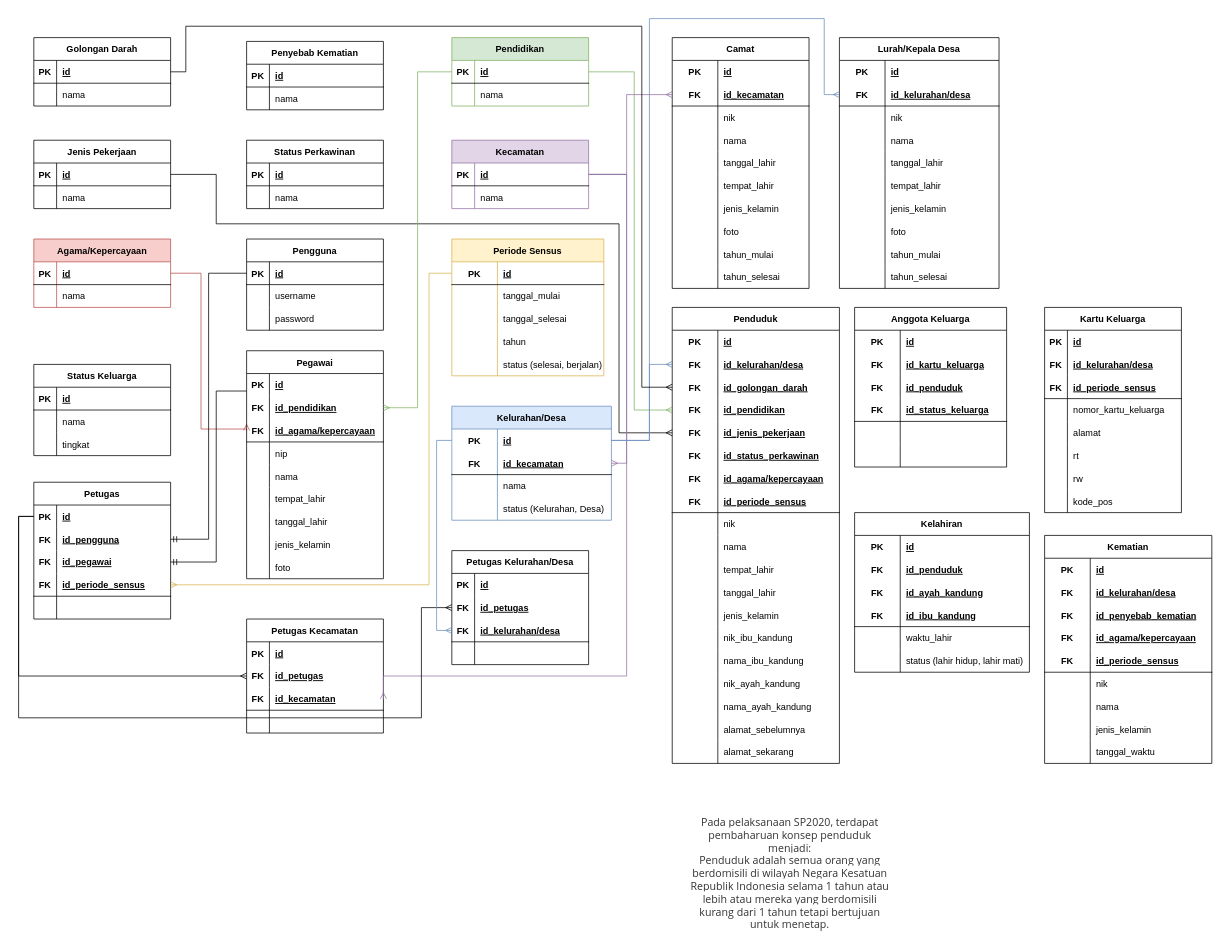
Before: database/Database Schema.drawio in yafizh/SKRIPSI-Sensus-Penduduk-BPS-HSU, a draw.io diagram. Source tidied: cells renumbered, new cells numbered last; positions are measured from the earlier drawing's top-left corner, leaving out a move shared by most shapes. Both pictures are drawn from the tidied source at 76%, with x=0, y=0 at pixel (18, 18).
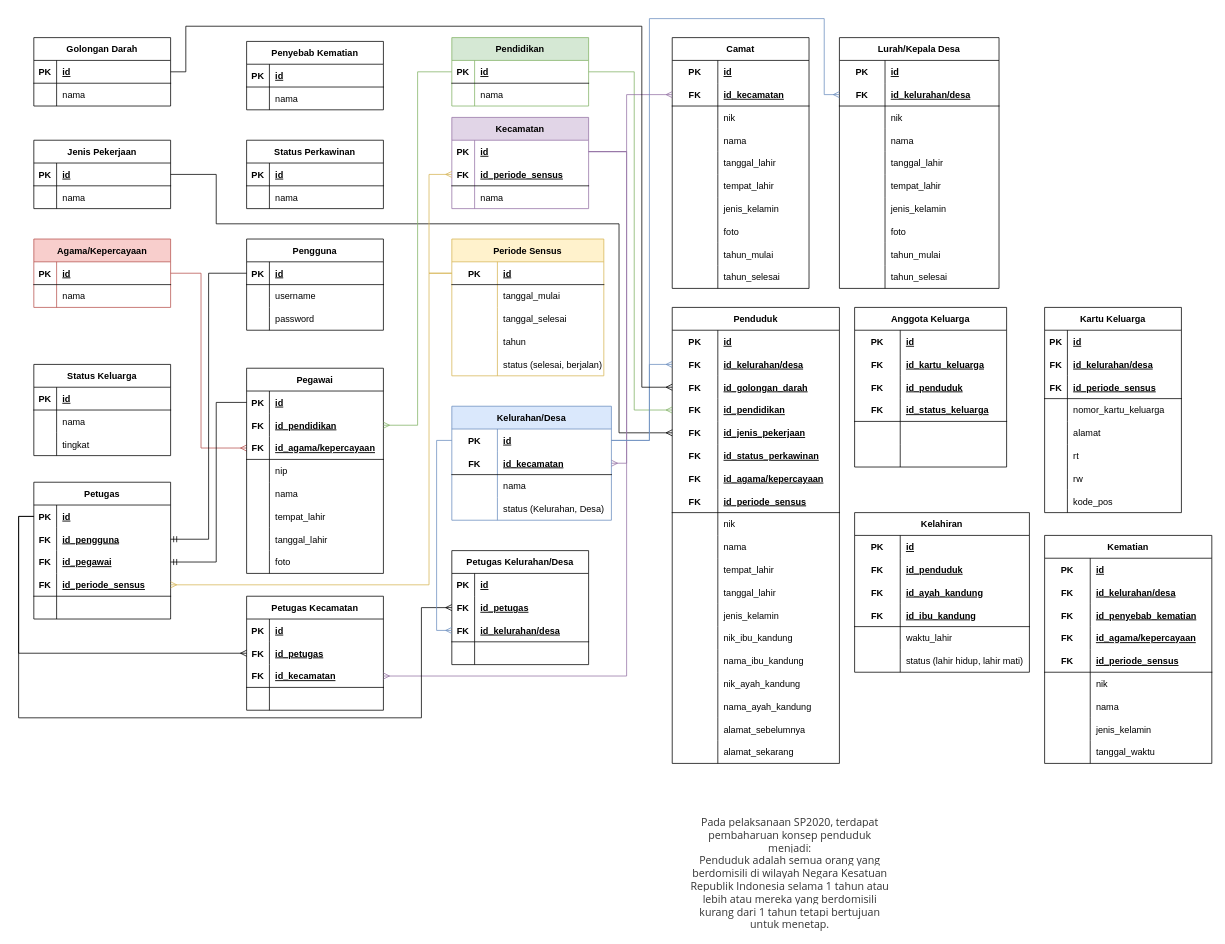
The same diagram, later.

Unchanged cells that the change refers to:
```xml
<mxCell id="6" style="shape=tableRow;horizontal=0;startSize=0;swimlaneHead=0;swimlaneBody=0;fillColor=none;points=[[0,0.5],[1,0.5]];portConstraint=eastwest;top=0;left=0;right=0;bottom=1;" parent="2" vertex="1">
  <mxGeometry y="60" width="180" height="30" as="geometry" />
</mxCell>
<mxCell id="192" value="Agama/Kepercayaan" style="shape=table;startSize=30;childLayout=tableLayout;rowLines=0;fontStyle=1;align=center;fillColor=#f8cecc;strokeColor=#b85450;" parent="1" vertex="1">
  <mxGeometry x="20" y="290" width="180" height="90" as="geometry" />
</mxCell>
<mxCell id="300" style="shape=tableRow;horizontal=0;startSize=0;swimlaneHead=0;swimlaneBody=0;fillColor=none;points=[[0,0.5],[1,0.5]];portConstraint=eastwest;top=0;left=0;right=0;bottom=1;strokeColor=none;" parent="299" vertex="1">
  <mxGeometry y="30" width="180" height="30" as="geometry" />
</mxCell>
<mxCell id="306" style="shape=tableRow;horizontal=0;startSize=0;swimlaneHead=0;swimlaneBody=0;fillColor=none;points=[[0,0.5],[1,0.5]];portConstraint=eastwest;top=0;left=0;right=0;bottom=1;" parent="299" vertex="1">
  <mxGeometry y="90" width="180" height="30" as="geometry" />
</mxCell>
<mxCell id="331" style="shape=tableRow;horizontal=0;startSize=0;swimlaneHead=0;swimlaneBody=0;fillColor=none;points=[[0,0.5],[1,0.5]];portConstraint=eastwest;top=0;left=0;right=0;bottom=1;strokeColor=none;" parent="327" vertex="1">
  <mxGeometry y="60" width="180" height="30" as="geometry" />
</mxCell>
<mxCell id="334" style="shape=tableRow;horizontal=0;startSize=0;swimlaneHead=0;swimlaneBody=0;fillColor=none;points=[[0,0.5],[1,0.5]];portConstraint=eastwest;top=0;left=0;right=0;bottom=1;" parent="327" vertex="1">
  <mxGeometry y="90" width="180" height="30" as="geometry" />
</mxCell>
<mxCell id="354" style="shape=tableRow;horizontal=0;startSize=0;swimlaneHead=0;swimlaneBody=0;fillColor=none;points=[[0,0.5],[1,0.5]];portConstraint=eastwest;top=0;left=0;right=0;bottom=1;" parent="353" vertex="1">
  <mxGeometry y="30" width="200" height="30" as="geometry" />
</mxCell>
<mxCell id="370" style="shape=tableRow;horizontal=0;startSize=0;swimlaneHead=0;swimlaneBody=0;fillColor=none;points=[[0,0.5],[1,0.5]];portConstraint=eastwest;top=0;left=0;right=0;bottom=1;strokeColor=none;" parent="369" vertex="1">
  <mxGeometry y="30" width="180" height="30" as="geometry" />
</mxCell>
<mxCell id="376" style="shape=tableRow;horizontal=0;startSize=0;swimlaneHead=0;swimlaneBody=0;fillColor=none;points=[[0,0.5],[1,0.5]];portConstraint=eastwest;top=0;left=0;right=0;bottom=1;strokeColor=none;" parent="369" vertex="1">
  <mxGeometry y="90" width="180" height="30" as="geometry" />
</mxCell>
```

The edit, as a diff of the source:
```diff
@@
     <mxCell id="191" style="edgeStyle=orthogonalEdgeStyle;rounded=0;jettySize=auto;html=1;entryX=0;entryY=0.5;entryDx=0;entryDy=0;endArrow=ERmany;endFill=0;fillColor=#f8cecc;strokeColor=#b85450;" parent="1" edge="1" source="192" target="306">
       <mxGeometry relative="1" as="geometry">
         <Array as="points">
           <mxPoint x="240" y="335" />
-          <mxPoint x="240" y="540" />
-          <mxPoint x="300" y="540" />
+          <mxPoint x="240" y="565" />
         </Array>
       </mxGeometry>
     </mxCell>
@@
     <mxCell id="225" value="Kecamatan" style="shape=table;startSize=30;childLayout=tableLayout;rowLines=0;fontStyle=1;align=center;fillColor=#e1d5e7;strokeColor=#9673a6;" parent="1" vertex="1">
-      <mxGeometry x="570" y="160" width="180" height="90" as="geometry" />
+      <mxGeometry x="570" y="130" width="180" height="120" as="geometry" />
     </mxCell>
-    <mxCell id="226" style="shape=tableRow;horizontal=0;startSize=0;swimlaneHead=0;swimlaneBody=0;fillColor=none;points=[[0,0.5],[1,0.5]];portConstraint=eastwest;top=0;left=0;right=0;bottom=1;" parent="225" vertex="1">
+    <mxCell id="226" style="shape=tableRow;horizontal=0;startSize=0;swimlaneHead=0;swimlaneBody=0;fillColor=none;points=[[0,0.5],[1,0.5]];portConstraint=eastwest;top=0;left=0;right=0;bottom=1;strokeColor=none;" parent="225" vertex="1">
       <mxGeometry y="30" width="180" height="30" as="geometry" />
     </mxCell>
@@
+    <mxCell id="398" style="shape=tableRow;horizontal=0;startSize=0;swimlaneHead=0;swimlaneBody=0;fillColor=none;points=[[0,0.5],[1,0.5]];portConstraint=eastwest;top=0;left=0;right=0;bottom=1;" parent="225" vertex="1">
+      <mxGeometry y="60" width="180" height="30" as="geometry" />
+    </mxCell>
+    <mxCell id="399" value="FK" style="shape=partialRectangle;fillColor=none;top=0;left=0;bottom=0;right=0;fontStyle=1;overflow=hidden;" parent="398" vertex="1">
+      <mxGeometry width="30" height="30" as="geometry" />
+    </mxCell>
+    <mxCell id="400" value="id_periode_sensus" style="shape=partialRectangle;fillColor=none;top=0;left=0;bottom=0;right=0;align=left;spacingLeft=6;fontStyle=5;overflow=hidden;" parent="398" vertex="1">
+      <mxGeometry x="30" width="150" height="30" as="geometry" />
+    </mxCell>
     <mxCell id="229" style="shape=tableRow;horizontal=0;startSize=0;swimlaneHead=0;swimlaneBody=0;fillColor=none;top=0;left=0;right=0;bottom=0;" parent="225" vertex="1">
-      <mxGeometry y="60" width="180" height="30" as="geometry" />
+      <mxGeometry y="90" width="180" height="30" as="geometry" />
     </mxCell>
@@
     <mxCell id="299" value="Pegawai" style="shape=table;startSize=30;childLayout=tableLayout;rowLines=0;fontStyle=1;align=center;" parent="1" vertex="1">
-      <mxGeometry x="300" y="437" width="180" height="300" as="geometry" />
+      <mxGeometry x="300" y="460" width="180" height="270" as="geometry" />
     </mxCell>
@@
-    <mxCell id="321" style="shape=tableRow;horizontal=0;startSize=0;swimlaneHead=0;swimlaneBody=0;fillColor=none;top=0;left=0;right=0;bottom=0;" parent="299" vertex="1">
-      <mxGeometry y="240" width="180" height="30" as="geometry" />
-    </mxCell>
-    <mxCell id="322" style="shape=partialRectangle;fillColor=none;top=0;left=0;bottom=0;right=0;overflow=hidden;" parent="321" vertex="1">
-      <mxGeometry width="30" height="30" as="geometry" />
-    </mxCell>
-    <mxCell id="323" value="jenis_kelamin" style="shape=partialRectangle;fillColor=none;top=0;left=0;bottom=0;right=0;align=left;spacingLeft=6;overflow=hidden;" parent="321" vertex="1">
-      <mxGeometry x="30" width="150" height="30" as="geometry" />
-    </mxCell>
     <mxCell id="324" style="shape=tableRow;horizontal=0;startSize=0;swimlaneHead=0;swimlaneBody=0;fillColor=none;top=0;left=0;right=0;bottom=0;" parent="299" vertex="1">
-      <mxGeometry y="270" width="180" height="30" as="geometry" />
+      <mxGeometry y="240" width="180" height="30" as="geometry" />
     </mxCell>
@@
     <mxCell id="327" value="Petugas Kecamatan" style="shape=table;startSize=30;childLayout=tableLayout;rowLines=0;fontStyle=1;align=center;" parent="1" vertex="1">
-      <mxGeometry x="300" y="790" width="180" height="150" as="geometry" />
+      <mxGeometry x="300" y="760" width="180" height="150" as="geometry" />
     </mxCell>
@@
     <mxCell id="388" style="edgeStyle=orthogonalEdgeStyle;rounded=0;jettySize=auto;html=1;entryX=1;entryY=0.5;entryDx=0;entryDy=0;endArrow=ERmany;endFill=0;fillColor=#e1d5e7;strokeColor=#9673a6;" parent="1" edge="1" source="226" target="334">
       <mxGeometry relative="1" as="geometry">
         <Array as="points">
-          <mxPoint x="800" y="205" />
+          <mxPoint x="800" y="175" />
           <mxPoint x="800" y="865" />
         </Array>
       </mxGeometry>
     </mxCell>
     <mxCell id="389" style="edgeStyle=orthogonalEdgeStyle;rounded=0;jettySize=auto;html=1;entryX=1;entryY=0.5;entryDx=0;entryDy=0;endArrow=ERmandOne;endFill=0;" parent="1" edge="1" source="300" target="376">
       <mxGeometry relative="1" as="geometry">
         <Array as="points">
-          <mxPoint x="260" y="490" />
+          <mxPoint x="260" y="505" />
           <mxPoint x="260" y="715" />
         </Array>
       </mxGeometry>
     </mxCell>
     <mxCell id="390" style="edgeStyle=orthogonalEdgeStyle;rounded=0;jettySize=auto;html=1;entryX=0;entryY=0.5;entryDx=0;entryDy=0;endArrow=ERmany;endFill=0;" parent="1" edge="1" source="370" target="331">
       <mxGeometry relative="1" as="geometry">
         <Array as="points">
           <mxPoint y="655" />
-          <mxPoint y="865" />
+          <mxPoint y="835" />
         </Array>
       </mxGeometry>
     </mxCell>
@@
     <mxCell id="394" style="edgeStyle=orthogonalEdgeStyle;rounded=0;jettySize=auto;html=1;entryX=0;entryY=0.5;entryDx=0;entryDy=0;endArrow=ERmany;endFill=0;fillColor=#e1d5e7;strokeColor=#9673a6;" parent="1" edge="1" source="226" target="6">
       <mxGeometry relative="1" as="geometry">
         <Array as="points">
-          <mxPoint x="800" y="205" />
+          <mxPoint x="800" y="175" />
           <mxPoint x="800" y="100" />
         </Array>
       </mxGeometry>
     </mxCell>
@@
+    <mxCell id="401" style="edgeStyle=orthogonalEdgeStyle;rounded=0;jettySize=auto;html=1;entryX=0;entryY=0.5;entryDx=0;entryDy=0;fillColor=#fff2cc;strokeColor=#d6b656;endArrow=ERmany;endFill=0;" parent="1" edge="1" source="354" target="398">
+      <mxGeometry relative="1" as="geometry">
+        <Array as="points">
+          <mxPoint x="540" y="335" />
+          <mxPoint x="540" y="205" />
+        </Array>
+      </mxGeometry>
+    </mxCell>
```
